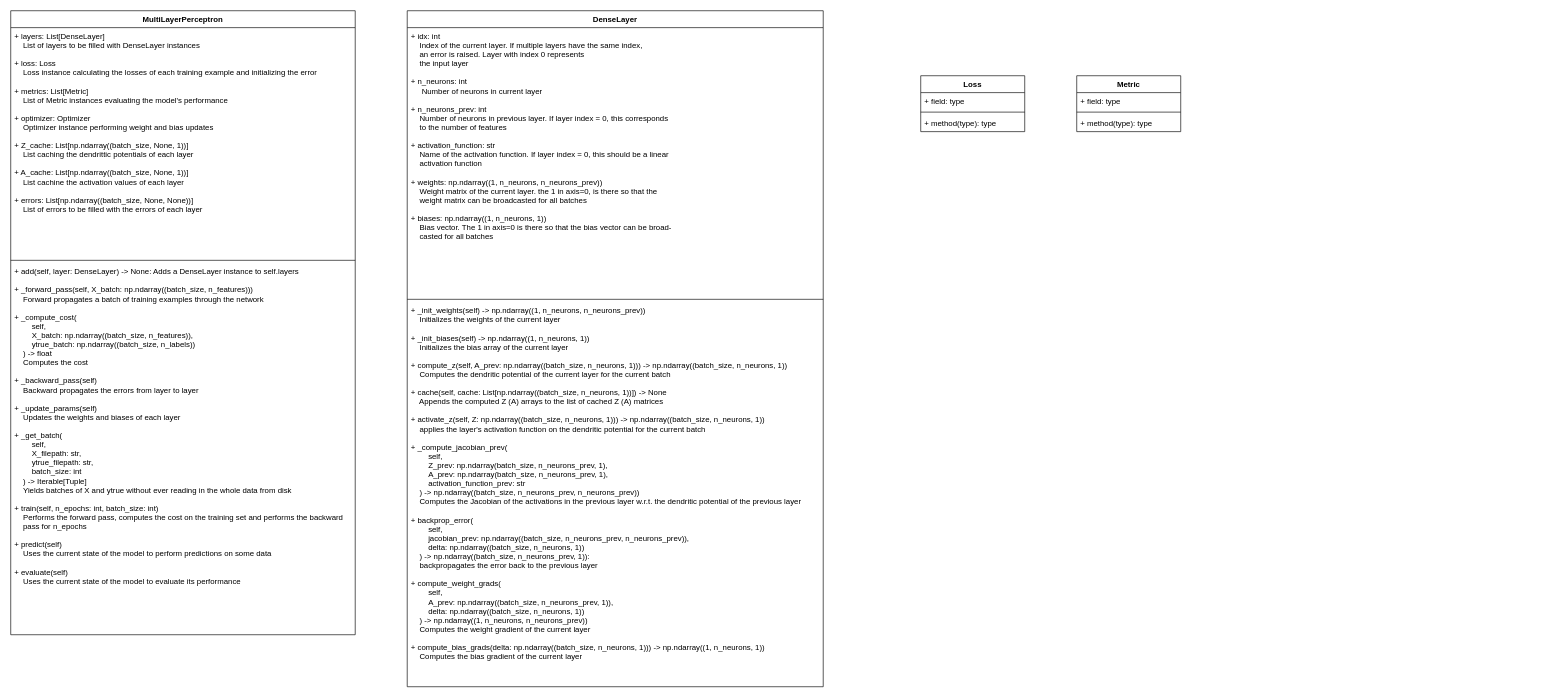
Before: page "classes" (2 of 2) of theory/implementation.drawio in kevinsuedmersen/neural_networks_from_scratch, a draw.io diagram. Source tidied: cells renumbered, new cells numbered last; positions are measured from the earlier drawing's top-left corner, leaving out a move shared by most shapes. Both pictures are drawn from the tidied source at 65%, with x=0, y=0 at pixel (10, 10).
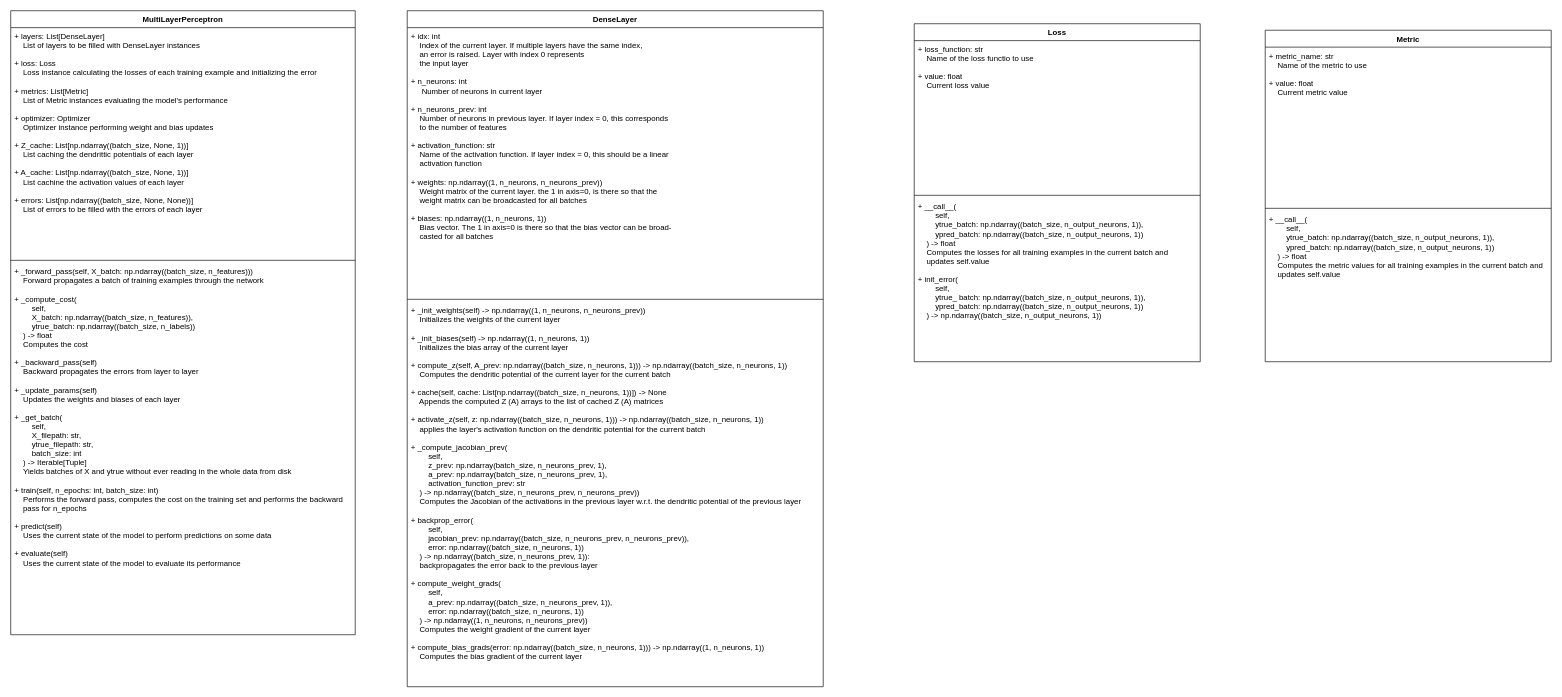
Above is the later version.

Commit message:
added Loss and Metric class diagrams (drafts!

What changed in the source:
```diff
@@
 <mxGraphModel>
   <root>
     <mxCell id="0" />
     <mxCell id="1" parent="0" />
     <mxCell id="2" value="DenseLayer" style="swimlane;fontStyle=1;align=center;verticalAlign=top;horizontal=1;startSize=26;" parent="1" vertex="1">
       <mxGeometry x="610" width="640" height="1040" as="geometry" />
     </mxCell>
     <mxCell id="3" value="+ idx: int&#10;    Index of the current layer. If multiple layers have the same index,&#10;    an error is raised. Layer with index 0 represents&#10;    the input layer&#10;&#10;+ n_neurons: int &#10;     Number of neurons in current layer&#10;&#10;+ n_neurons_prev: int  &#10;    Number of neurons in previous layer. If layer index = 0, this corresponds&#10;    to the number of features&#10;&#10;+ activation_function: str  &#10;    Name of the activation function. If layer index = 0, this should be a linear&#10;    activation function&#10;&#10;+ weights: np.ndarray((1, n_neurons, n_neurons_prev)) &#10;    Weight matrix of the current layer. the 1 in axis=0, is there so that the &#10;    weight matrix can be broadcasted for all batches&#10;&#10;+ biases: np.ndarray((1, n_neurons, 1))  &#10;    Bias vector. The 1 in axis=0 is there so that the bias vector can be broad-&#10;    casted for all batches" style="text;strokeColor=none;fillColor=none;align=left;verticalAlign=top;spacingLeft=4;spacingRight=4;overflow=hidden;" parent="2" vertex="1">
       <mxGeometry y="26" width="640" height="414" as="geometry" />
     </mxCell>
     <mxCell id="4" style="line;strokeWidth=1;fillColor=none;align=left;verticalAlign=middle;spacingTop=-1;spacingLeft=3;spacingRight=3;labelPosition=right;" parent="2" vertex="1">
       <mxGeometry y="440" width="640" height="8" as="geometry" />
     </mxCell>
-    <mxCell id="5" value="+ _init_weights(self) -&gt; np.ndarray((1, n_neurons, n_neurons_prev))&#10;    Initializes the weights of the current layer&#10;&#10;+ _init_biases(self) -&gt; np.ndarray((1, n_neurons, 1))&#10;    Initializes the bias array of the current layer&#10;&#10;+ compute_z(self, A_prev: np.ndarray((batch_size, n_neurons, 1))) -&gt; np.ndarray((batch_size, n_neurons, 1))  &#10;    Computes the dendritic potential of the current layer for the current batch&#10;&#10;+ cache(self, cache: List[np.ndarray((batch_size, n_neurons, 1))]) -&gt; None&#10;    Appends the computed Z (A) arrays to the list of cached Z (A) matrices&#10;&#10;+ activate_z(self, Z: np.ndarray((batch_size, n_neurons, 1))) -&gt; np.ndarray((batch_size, n_neurons, 1))&#10;    applies the layer's activation function on the dendritic potential for the current batch&#10;&#10;+ _compute_jacobian_prev(&#10;        self, &#10;        Z_prev: np.ndarray(batch_size, n_neurons_prev, 1), &#10;        A_prev: np.ndarray(batch_size, n_neurons_prev, 1), &#10;        activation_function_prev: str&#10;    ) -&gt; np.ndarray((batch_size, n_neurons_prev, n_neurons_prev))&#10;    Computes the Jacobian of the activations in the previous layer w.r.t. the dendritic potential of the previous layer&#10;&#10;+ backprop_error(&#10;        self, &#10;        jacobian_prev: np.ndarray((batch_size, n_neurons_prev, n_neurons_prev)), &#10;        delta: np.ndarray((batch_size, n_neurons, 1))&#10;    ) -&gt; np.ndarray((batch_size, n_neurons_prev, 1)):&#10;    backpropagates the error back to the previous layer&#10;&#10;+ compute_weight_grads(&#10;        self, &#10;        A_prev: np.ndarray((batch_size, n_neurons_prev, 1)), &#10;        delta: np.ndarray((batch_size, n_neurons, 1))&#10;    ) -&gt; np.ndarray((1, n_neurons, n_neurons_prev))&#10;    Computes the weight gradient of the current layer&#10;&#10;+ compute_bias_grads(delta: np.ndarray((batch_size, n_neurons, 1))) -&gt; np.ndarray((1, n_neurons, 1))&#10;    Computes the bias gradient of the current layer" style="text;strokeColor=none;fillColor=none;align=left;verticalAlign=top;spacingLeft=4;spacingRight=4;overflow=hidden;" parent="2" vertex="1">
+    <mxCell id="5" value="+ _init_weights(self) -&gt; np.ndarray((1, n_neurons, n_neurons_prev))&#10;    Initializes the weights of the current layer&#10;&#10;+ _init_biases(self) -&gt; np.ndarray((1, n_neurons, 1))&#10;    Initializes the bias array of the current layer&#10;&#10;+ compute_z(self, A_prev: np.ndarray((batch_size, n_neurons, 1))) -&gt; np.ndarray((batch_size, n_neurons, 1))  &#10;    Computes the dendritic potential of the current layer for the current batch&#10;&#10;+ cache(self, cache: List[np.ndarray((batch_size, n_neurons, 1))]) -&gt; None&#10;    Appends the computed Z (A) arrays to the list of cached Z (A) matrices&#10;&#10;+ activate_z(self, z: np.ndarray((batch_size, n_neurons, 1))) -&gt; np.ndarray((batch_size, n_neurons, 1))&#10;    applies the layer's activation function on the dendritic potential for the current batch&#10;&#10;+ _compute_jacobian_prev(&#10;        self, &#10;        z_prev: np.ndarray(batch_size, n_neurons_prev, 1), &#10;        a_prev: np.ndarray(batch_size, n_neurons_prev, 1), &#10;        activation_function_prev: str&#10;    ) -&gt; np.ndarray((batch_size, n_neurons_prev, n_neurons_prev))&#10;    Computes the Jacobian of the activations in the previous layer w.r.t. the dendritic potential of the previous layer&#10;&#10;+ backprop_error(&#10;        self, &#10;        jacobian_prev: np.ndarray((batch_size, n_neurons_prev, n_neurons_prev)), &#10;        error: np.ndarray((batch_size, n_neurons, 1))&#10;    ) -&gt; np.ndarray((batch_size, n_neurons_prev, 1)):&#10;    backpropagates the error back to the previous layer&#10;&#10;+ compute_weight_grads(&#10;        self, &#10;        a_prev: np.ndarray((batch_size, n_neurons_prev, 1)), &#10;        error: np.ndarray((batch_size, n_neurons, 1))&#10;    ) -&gt; np.ndarray((1, n_neurons, n_neurons_prev))&#10;    Computes the weight gradient of the current layer&#10;&#10;+ compute_bias_grads(error: np.ndarray((batch_size, n_neurons, 1))) -&gt; np.ndarray((1, n_neurons, 1))&#10;    Computes the bias gradient of the current layer" style="text;strokeColor=none;fillColor=none;align=left;verticalAlign=top;spacingLeft=4;spacingRight=4;overflow=hidden;" parent="2" vertex="1">
       <mxGeometry y="448" width="640" height="592" as="geometry" />
     </mxCell>
     <mxCell id="6" value="MultiLayerPerceptron" style="swimlane;fontStyle=1;align=center;verticalAlign=top;horizontal=1;startSize=26;" parent="1" vertex="1">
       <mxGeometry width="530" height="960" as="geometry" />
     </mxCell>
     <mxCell id="7" value="+ layers: List[DenseLayer]&#10;    List of layers to be filled with DenseLayer instances&#10;&#10;+ loss: Loss&#10;    Loss instance calculating the losses of each training example and initializing the error&#10;&#10;+ metrics: List[Metric]&#10;    List of Metric instances evaluating the model's performance&#10;&#10;+ optimizer: Optimizer&#10;    Optimizer instance performing weight and bias updates&#10;&#10;+ Z_cache: List[np.ndarray((batch_size, None, 1))]&#10;    List caching the dendrittic potentials of each layer&#10;&#10;+ A_cache: List[np.ndarray((batch_size, None, 1))]&#10;    List cachine the activation values of each layer&#10;&#10;+ errors: List[np.ndarray((batch_size, None, None))]&#10;    List of errors to be filled with the errors of each layer" style="text;strokeColor=none;fillColor=none;align=left;verticalAlign=top;spacingLeft=4;spacingRight=4;overflow=hidden;" parent="6" vertex="1">
       <mxGeometry y="26" width="530" height="354" as="geometry" />
     </mxCell>
     <mxCell id="8" style="line;strokeWidth=1;fillColor=none;align=left;verticalAlign=middle;spacingTop=-1;spacingLeft=3;spacingRight=3;labelPosition=right;" parent="6" vertex="1">
       <mxGeometry y="380" width="530" height="8" as="geometry" />
     </mxCell>
-    <mxCell id="9" value="+ add(self, layer: DenseLayer) -&gt; None: Adds a DenseLayer instance to self.layers&#10;&#10;+ _forward_pass(self, X_batch: np.ndarray((batch_size, n_features)))&#10;    Forward propagates a batch of training examples through the network&#10;&#10;+ _compute_cost(&#10;        self,&#10;        X_batch: np.ndarray((batch_size, n_features)), &#10;        ytrue_batch: np.ndarray((batch_size, n_labels))&#10;    ) -&gt; float&#10;    Computes the cost&#10;&#10;+ _backward_pass(self)&#10;    Backward propagates the errors from layer to layer&#10;&#10;+ _update_params(self)&#10;    Updates the weights and biases of each layer&#10;&#10;+ _get_batch(&#10;        self, &#10;        X_filepath: str, &#10;        ytrue_filepath: str, &#10;        batch_size: int&#10;    ) -&gt; Iterable[Tuple]&#10;    Yields batches of X and ytrue without ever reading in the whole data from disk&#10;&#10;+ train(self, n_epochs: int, batch_size: int)&#10;    Performs the forward pass, computes the cost on the training set and performs the backward&#10;    pass for n_epochs&#10;&#10;+ predict(self)&#10;    Uses the current state of the model to perform predictions on some data&#10;&#10;+ evaluate(self)&#10;    Uses the current state of the model to evaluate its performance" style="text;strokeColor=none;fillColor=none;align=left;verticalAlign=top;spacingLeft=4;spacingRight=4;overflow=hidden;" parent="6" vertex="1">
+    <mxCell id="9" value="+ _forward_pass(self, X_batch: np.ndarray((batch_size, n_features)))&#10;    Forward propagates a batch of training examples through the network&#10;&#10;+ _compute_cost(&#10;        self,&#10;        X_batch: np.ndarray((batch_size, n_features)), &#10;        ytrue_batch: np.ndarray((batch_size, n_labels))&#10;    ) -&gt; float&#10;    Computes the cost&#10;&#10;+ _backward_pass(self)&#10;    Backward propagates the errors from layer to layer&#10;&#10;+ _update_params(self)&#10;    Updates the weights and biases of each layer&#10;&#10;+ _get_batch(&#10;        self, &#10;        X_filepath: str, &#10;        ytrue_filepath: str, &#10;        batch_size: int&#10;    ) -&gt; Iterable[Tuple]&#10;    Yields batches of X and ytrue without ever reading in the whole data from disk&#10;&#10;+ train(self, n_epochs: int, batch_size: int)&#10;    Performs the forward pass, computes the cost on the training set and performs the backward&#10;    pass for n_epochs&#10;&#10;+ predict(self)&#10;    Uses the current state of the model to perform predictions on some data&#10;&#10;+ evaluate(self)&#10;    Uses the current state of the model to evaluate its performance" style="text;strokeColor=none;fillColor=none;align=left;verticalAlign=top;spacingLeft=4;spacingRight=4;overflow=hidden;" parent="6" vertex="1">
       <mxGeometry y="388" width="530" height="572" as="geometry" />
     </mxCell>
     <mxCell id="10" value="Loss" style="swimlane;fontStyle=1;align=center;verticalAlign=top;horizontal=1;startSize=26;" parent="1" vertex="1">
-      <mxGeometry x="1400" y="100" width="160" height="86" as="geometry" />
+      <mxGeometry x="1390" y="20" width="440" height="520" as="geometry" />
     </mxCell>
-    <mxCell id="11" value="+ field: type" style="text;strokeColor=none;fillColor=none;align=left;verticalAlign=top;spacingLeft=4;spacingRight=4;overflow=hidden;" parent="10" vertex="1">
-      <mxGeometry y="26" width="160" height="26" as="geometry" />
+    <mxCell id="11" value="+ loss_function: str&#10;    Name of the loss functio to use&#10;&#10;+ value: float&#10;    Current loss value" style="text;strokeColor=none;fillColor=none;align=left;verticalAlign=top;spacingLeft=4;spacingRight=4;overflow=hidden;" parent="10" vertex="1">
+      <mxGeometry y="26" width="440" height="234" as="geometry" />
     </mxCell>
     <mxCell id="12" style="line;strokeWidth=1;fillColor=none;align=left;verticalAlign=middle;spacingTop=-1;spacingLeft=3;spacingRight=3;labelPosition=right;" parent="10" vertex="1">
-      <mxGeometry y="52" width="160" height="8" as="geometry" />
+      <mxGeometry y="260" width="440" height="8" as="geometry" />
     </mxCell>
-    <mxCell id="13" value="+ method(type): type" style="text;strokeColor=none;fillColor=none;align=left;verticalAlign=top;spacingLeft=4;spacingRight=4;overflow=hidden;" parent="10" vertex="1">
-      <mxGeometry y="60" width="160" height="26" as="geometry" />
+    <mxCell id="13" value="+ __call__(&#10;        self, &#10;        ytrue_batch: np.ndarray((batch_size, n_output_neurons, 1)),&#10;        ypred_batch: np.ndarray((batch_size, n_output_neurons, 1))&#10;    ) -&gt; float&#10;    Computes the losses for all training examples in the current batch and&#10;    updates self.value&#10;&#10;+ init_error(&#10;        self, &#10;        ytrue_ batch: np.ndarray((batch_size, n_output_neurons, 1)), &#10;        ypred_batch: np.ndarray((batch_size, n_output_neurons, 1))&#10;    ) -&gt; np.ndarray((batch_size, n_output_neurons, 1))" style="text;strokeColor=none;fillColor=none;align=left;verticalAlign=top;spacingLeft=4;spacingRight=4;overflow=hidden;" parent="10" vertex="1">
+      <mxGeometry y="268" width="440" height="252" as="geometry" />
     </mxCell>
     <mxCell id="14" value="Metric" style="swimlane;fontStyle=1;align=center;verticalAlign=top;horizontal=1;startSize=26;" parent="1" vertex="1">
-      <mxGeometry x="1640" y="100" width="160" height="86" as="geometry" />
+      <mxGeometry x="1930" y="30" width="440" height="510" as="geometry" />
     </mxCell>
-    <mxCell id="15" value="+ field: type" style="text;strokeColor=none;fillColor=none;align=left;verticalAlign=top;spacingLeft=4;spacingRight=4;overflow=hidden;" parent="14" vertex="1">
-      <mxGeometry y="26" width="160" height="26" as="geometry" />
+    <mxCell id="15" value="+ metric_name: str&#10;    Name of the metric to use&#10;&#10;+ value: float&#10;    Current metric value" style="text;strokeColor=none;fillColor=none;align=left;verticalAlign=top;spacingLeft=4;spacingRight=4;overflow=hidden;" parent="14" vertex="1">
+      <mxGeometry y="26" width="440" height="244" as="geometry" />
     </mxCell>
     <mxCell id="16" style="line;strokeWidth=1;fillColor=none;align=left;verticalAlign=middle;spacingTop=-1;spacingLeft=3;spacingRight=3;labelPosition=right;" parent="14" vertex="1">
-      <mxGeometry y="52" width="160" height="8" as="geometry" />
+      <mxGeometry y="270" width="440" height="8" as="geometry" />
     </mxCell>
-    <mxCell id="17" value="+ method(type): type" style="text;strokeColor=none;fillColor=none;align=left;verticalAlign=top;spacingLeft=4;spacingRight=4;overflow=hidden;" parent="14" vertex="1">
-      <mxGeometry y="60" width="160" height="26" as="geometry" />
+    <mxCell id="17" value="+ __call__(&#10;        self,&#10;        ytrue_batch: np.ndarray((batch_size, n_output_neurons, 1)),&#10;        ypred_batch: np.ndarray((batch_size, n_output_neurons, 1))&#10;    ) -&gt; float&#10;    Computes the metric values for all training examples in the current batch and&#10;    updates self.value" style="text;strokeColor=none;fillColor=none;align=left;verticalAlign=top;spacingLeft=4;spacingRight=4;overflow=hidden;" parent="14" vertex="1">
+      <mxGeometry y="278" width="440" height="232" as="geometry" />
     </mxCell>
   </root>
 </mxGraphModel>
```
